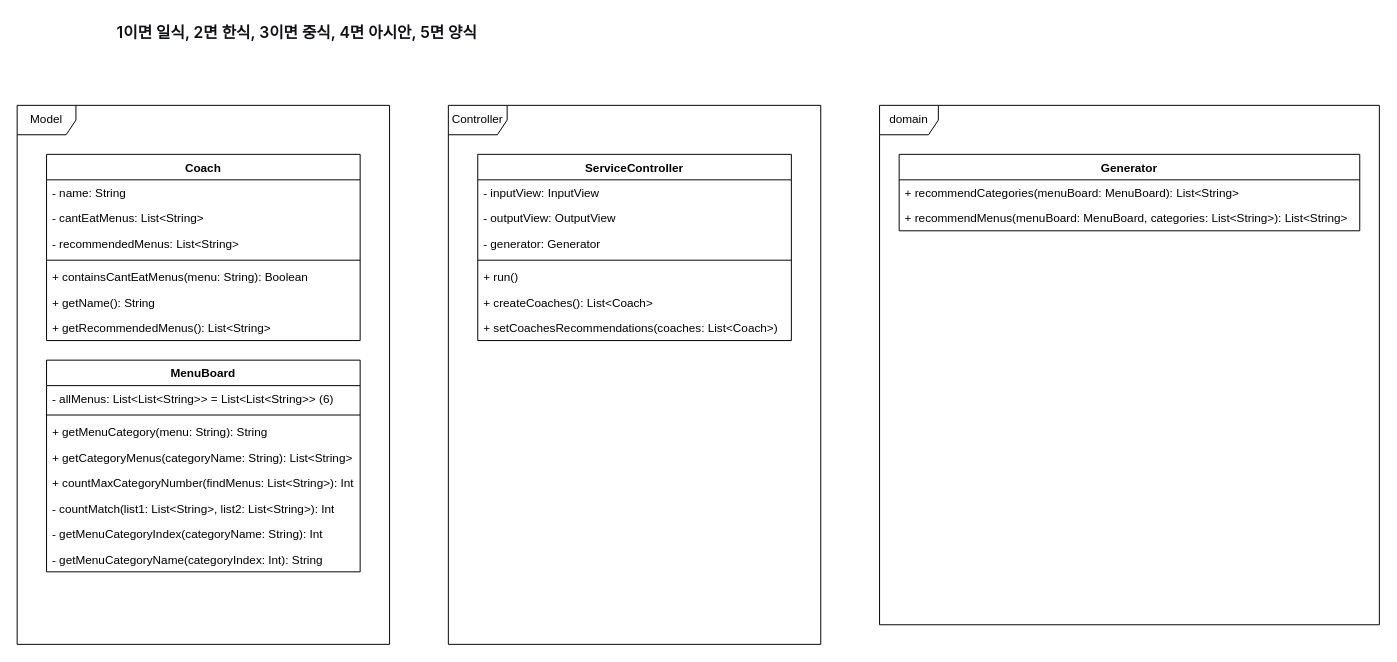
Above: docs/Diagram_Menu.drawio in otter66/kotlin-menu (draw.io), before the change. Source tidied: cells renumbered, new cells numbered last; positions are measured from the earlier drawing's top-left corner, leaving out a move shared by most shapes. Both pictures are drawn from the tidied source at 98%, with x=0, y=0 at pixel (17, 17).
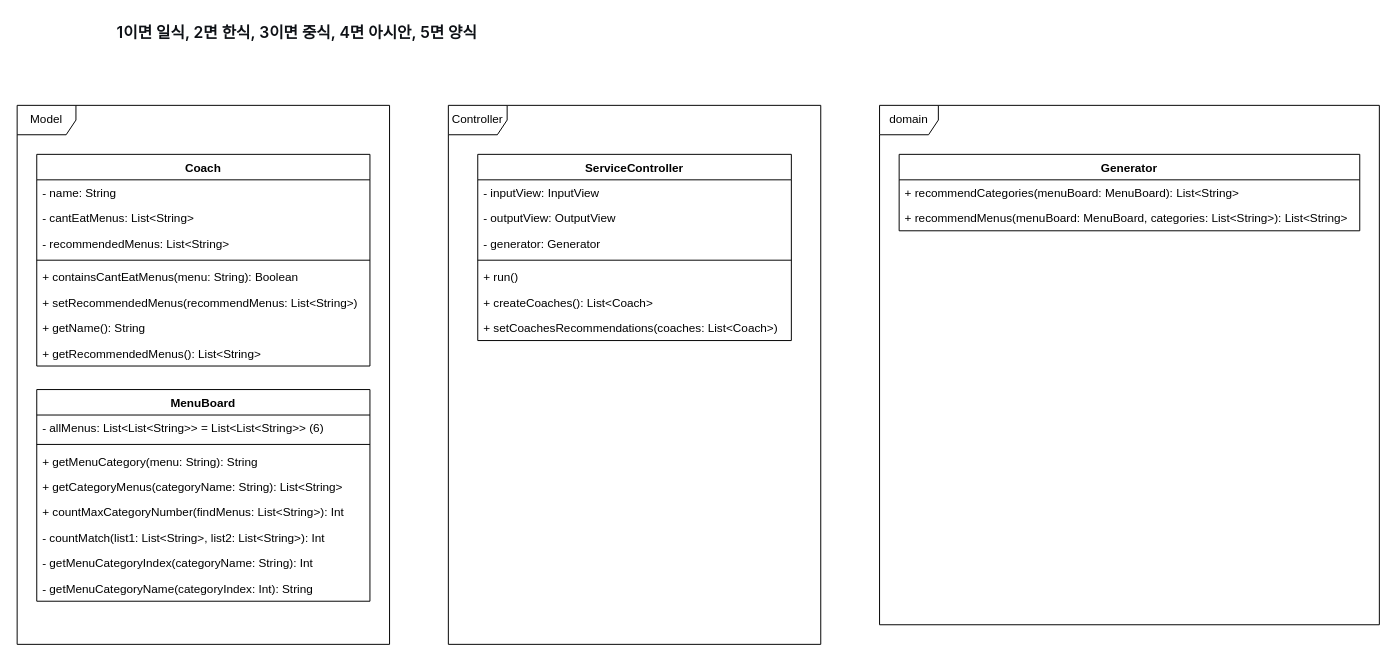
Above is the later version.

Commit message:
docs: 다이어그램 업데이트 (Coach Class)

What changed in the source:
```diff
@@
     <mxCell id="4" value="Coach" style="swimlane;fontStyle=1;align=center;verticalAlign=top;horizontal=1;startSize=26;" parent="1" vertex="1">
-      <mxGeometry x="30" y="140" width="320" height="190" as="geometry" />
+      <mxGeometry x="20" y="140" width="340" height="216" as="geometry" />
     </mxCell>
     <mxCell id="5" value="- name: String" style="text;strokeColor=none;fillColor=none;align=left;verticalAlign=top;spacingLeft=4;spacingRight=4;overflow=hidden;" parent="4" vertex="1">
-      <mxGeometry y="26" width="320" height="26" as="geometry" />
+      <mxGeometry y="26" width="340" height="26" as="geometry" />
     </mxCell>
     <mxCell id="6" value="- cantEatMenus: List&lt;String&gt;" style="text;strokeColor=none;fillColor=none;align=left;verticalAlign=top;spacingLeft=4;spacingRight=4;overflow=hidden;" parent="4" vertex="1">
-      <mxGeometry y="52" width="320" height="26" as="geometry" />
+      <mxGeometry y="52" width="340" height="26" as="geometry" />
     </mxCell>
     <mxCell id="7" value="- recommendedMenus: List&lt;String&gt;" style="text;strokeColor=none;fillColor=none;align=left;verticalAlign=top;spacingLeft=4;spacingRight=4;overflow=hidden;" parent="4" vertex="1">
-      <mxGeometry y="78" width="320" height="26" as="geometry" />
+      <mxGeometry y="78" width="340" height="26" as="geometry" />
     </mxCell>
     <mxCell id="8" style="line;strokeWidth=1;fillColor=none;align=left;verticalAlign=middle;spacingTop=-1;spacingLeft=3;spacingRight=3;labelPosition=right;strokeColor=inherit;" parent="4" vertex="1">
-      <mxGeometry y="104" width="320" height="8" as="geometry" />
+      <mxGeometry y="104" width="340" height="8" as="geometry" />
     </mxCell>
     <mxCell id="9" value="+ containsCantEatMenus(menu: String): Boolean" style="text;strokeColor=none;fillColor=none;align=left;verticalAlign=top;spacingLeft=4;spacingRight=4;overflow=hidden;" parent="4" vertex="1">
-      <mxGeometry y="112" width="320" height="26" as="geometry" />
+      <mxGeometry y="112" width="340" height="26" as="geometry" />
     </mxCell>
+    <mxCell id="34" value="+ setRecommendedMenus(recommendMenus: List&lt;String&gt;)" style="text;strokeColor=none;fillColor=none;align=left;verticalAlign=top;spacingLeft=4;spacingRight=4;overflow=hidden;" parent="4" vertex="1">
+      <mxGeometry y="138" width="340" height="26" as="geometry" />
+    </mxCell>
     <mxCell id="10" value="+ getName(): String" style="text;strokeColor=none;fillColor=none;align=left;verticalAlign=top;spacingLeft=4;spacingRight=4;overflow=hidden;" parent="4" vertex="1">
-      <mxGeometry y="138" width="320" height="26" as="geometry" />
+      <mxGeometry y="164" width="340" height="26" as="geometry" />
     </mxCell>
     <mxCell id="11" value="+ getRecommendedMenus(): List&lt;String&gt;" style="text;strokeColor=none;fillColor=none;align=left;verticalAlign=top;spacingLeft=4;spacingRight=4;overflow=hidden;" parent="4" vertex="1">
-      <mxGeometry y="164" width="320" height="26" as="geometry" />
+      <mxGeometry y="190" width="340" height="26" as="geometry" />
     </mxCell>
     <mxCell id="12" value="MenuBoard" style="swimlane;fontStyle=1;align=center;verticalAlign=top;horizontal=1;startSize=26;" parent="1" vertex="1">
-      <mxGeometry x="30" y="350" width="320" height="216" as="geometry" />
+      <mxGeometry x="20" y="380" width="340" height="216" as="geometry" />
     </mxCell>
     <mxCell id="13" value="- allMenus: List&lt;List&lt;String&gt;&gt; = List&lt;List&lt;String&gt;&gt; (6)" style="text;strokeColor=none;fillColor=none;align=left;verticalAlign=top;spacingLeft=4;spacingRight=4;overflow=hidden;" parent="12" vertex="1">
-      <mxGeometry y="26" width="320" height="26" as="geometry" />
+      <mxGeometry y="26" width="340" height="26" as="geometry" />
     </mxCell>
     <mxCell id="14" style="line;strokeWidth=1;fillColor=none;align=left;verticalAlign=middle;spacingTop=-1;spacingLeft=3;spacingRight=3;labelPosition=right;strokeColor=inherit;" parent="12" vertex="1">
-      <mxGeometry y="52" width="320" height="8" as="geometry" />
+      <mxGeometry y="52" width="340" height="8" as="geometry" />
     </mxCell>
     <mxCell id="15" value="+ getMenuCategory(menu: String): String" style="text;strokeColor=none;fillColor=none;align=left;verticalAlign=top;spacingLeft=4;spacingRight=4;overflow=hidden;" parent="12" vertex="1">
-      <mxGeometry y="60" width="320" height="26" as="geometry" />
+      <mxGeometry y="60" width="340" height="26" as="geometry" />
     </mxCell>
     <mxCell id="16" value="+ getCategoryMenus(categoryName: String): List&lt;String&gt;" style="text;strokeColor=none;fillColor=none;align=left;verticalAlign=top;spacingLeft=4;spacingRight=4;overflow=hidden;" parent="12" vertex="1">
-      <mxGeometry y="86" width="320" height="26" as="geometry" />
+      <mxGeometry y="86" width="340" height="26" as="geometry" />
     </mxCell>
     <mxCell id="17" value="+ countMaxCategoryNumber(findMenus: List&lt;String&gt;): Int" style="text;strokeColor=none;fillColor=none;align=left;verticalAlign=top;spacingLeft=4;spacingRight=4;overflow=hidden;" parent="12" vertex="1">
-      <mxGeometry y="112" width="320" height="26" as="geometry" />
+      <mxGeometry y="112" width="340" height="26" as="geometry" />
     </mxCell>
     <mxCell id="18" value="- countMatch(list1: List&lt;String&gt;, list2: List&lt;String&gt;): Int" style="text;strokeColor=none;fillColor=none;align=left;verticalAlign=top;spacingLeft=4;spacingRight=4;overflow=hidden;" parent="12" vertex="1">
-      <mxGeometry y="138" width="320" height="26" as="geometry" />
+      <mxGeometry y="138" width="340" height="26" as="geometry" />
     </mxCell>
     <mxCell id="19" value="- getMenuCategoryIndex(categoryName: String): Int" style="text;strokeColor=none;fillColor=none;align=left;verticalAlign=top;spacingLeft=4;spacingRight=4;overflow=hidden;" parent="12" vertex="1">
-      <mxGeometry y="164" width="320" height="26" as="geometry" />
+      <mxGeometry y="164" width="340" height="26" as="geometry" />
     </mxCell>
     <mxCell id="20" value="- getMenuCategoryName(categoryIndex: Int): String" style="text;strokeColor=none;fillColor=none;align=left;verticalAlign=top;spacingLeft=4;spacingRight=4;overflow=hidden;" parent="12" vertex="1">
-      <mxGeometry y="190" width="320" height="26" as="geometry" />
+      <mxGeometry y="190" width="340" height="26" as="geometry" />
     </mxCell>
```
